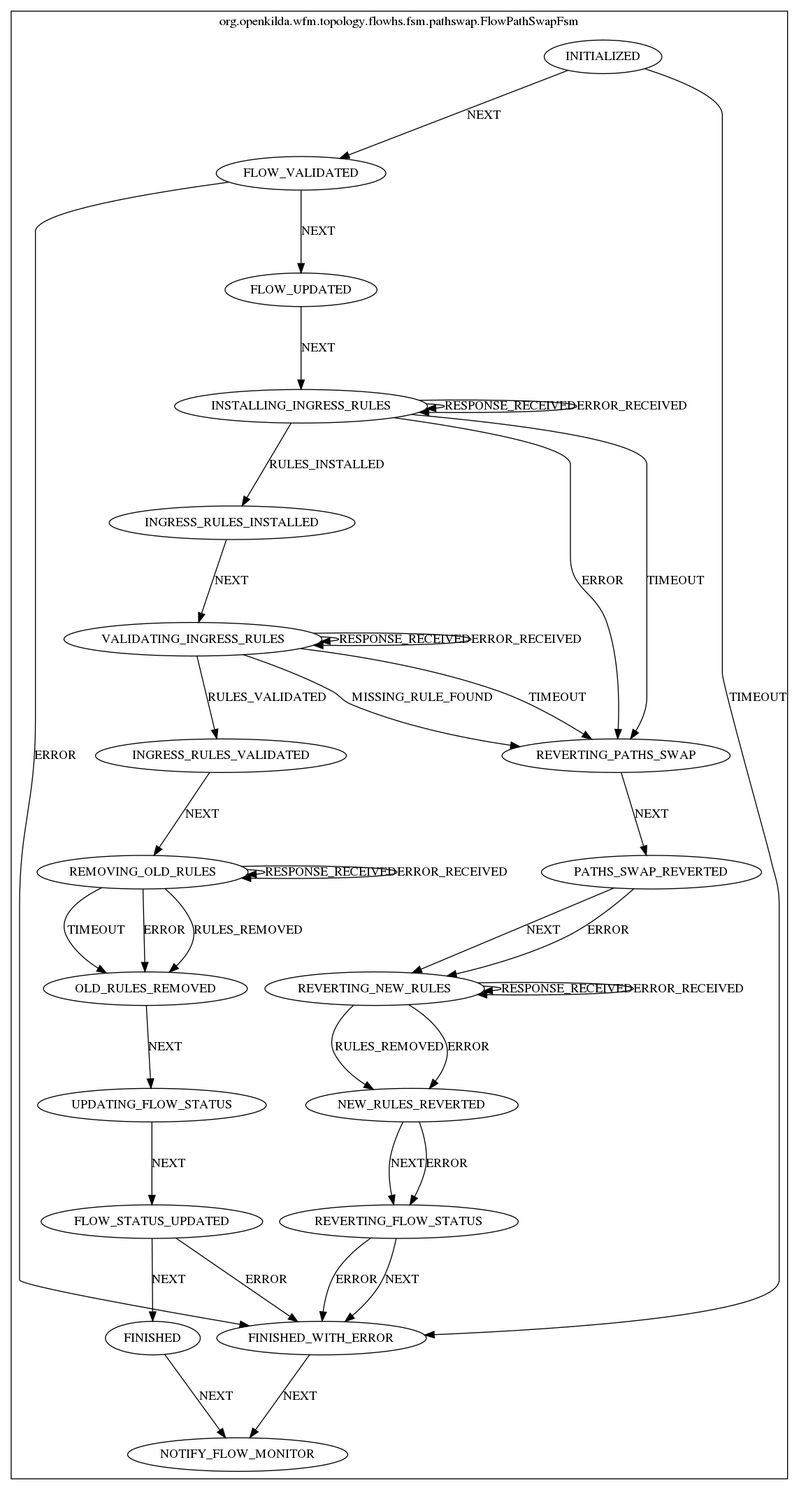
The Graphviz diagram docs/design/hub-and-spoke/crud/pathswap/FlowPathSwap.png in telstra/open-kilda, before a commit. Its source is kept beside it as docs/design/hub-and-spoke/crud/pathswap/FlowPathSwap.dot.
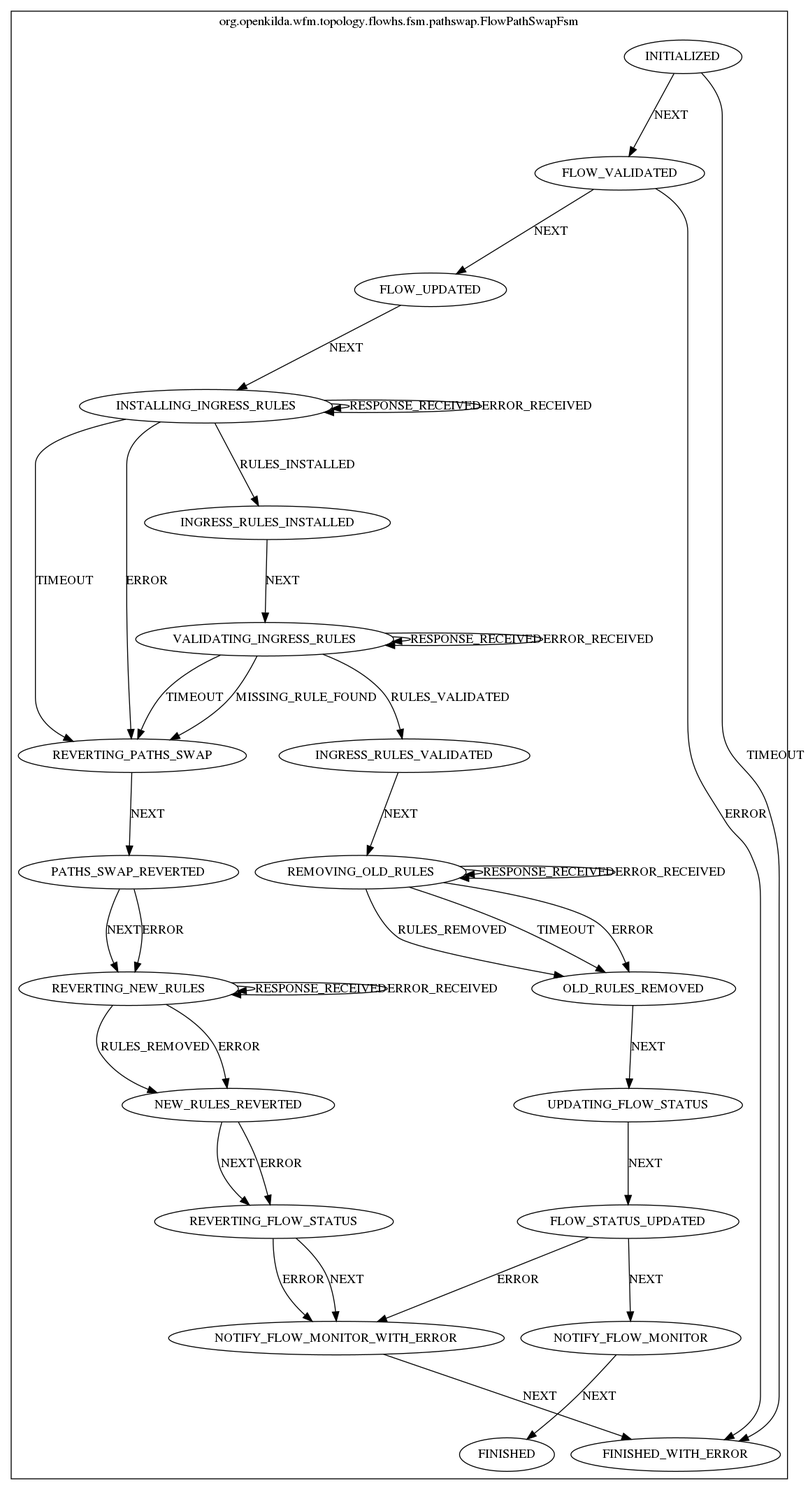
The same file after the commit.

Diff of the diagram source:
```diff
@@ -13,6 +13,7 @@
 REMOVING_OLD_RULES [label="REMOVING_OLD_RULES"];
 FINISHED [label="FINISHED"];
 NOTIFY_FLOW_MONITOR [label="NOTIFY_FLOW_MONITOR"];
+NOTIFY_FLOW_MONITOR_WITH_ERROR [label="NOTIFY_FLOW_MONITOR_WITH_ERROR"];
 FLOW_UPDATED [label="FLOW_UPDATED"];
 PATHS_SWAP_REVERTED [label="PATHS_SWAP_REVERTED"];
 UPDATING_FLOW_STATUS [label="UPDATING_FLOW_STATUS"];
@@ -30,8 +31,8 @@
 OLD_RULES_REMOVED -> UPDATING_FLOW_STATUS [ label="NEXT"];
 INITIALIZED -> FLOW_VALIDATED [ label="NEXT"];
 INITIALIZED -> FINISHED_WITH_ERROR [ label="TIMEOUT"];
-REVERTING_FLOW_STATUS -> FINISHED_WITH_ERROR [ label="ERROR"];
-REVERTING_FLOW_STATUS -> FINISHED_WITH_ERROR [ label="NEXT"];
+REVERTING_FLOW_STATUS -> NOTIFY_FLOW_MONITOR_WITH_ERROR [ label="ERROR"];
+REVERTING_FLOW_STATUS -> NOTIFY_FLOW_MONITOR_WITH_ERROR [ label="NEXT"];
 INGRESS_RULES_INSTALLED -> VALIDATING_INGRESS_RULES [ label="NEXT"];
 REVERTING_PATHS_SWAP -> PATHS_SWAP_REVERTED [ label="NEXT"];
 NEW_RULES_REVERTED -> REVERTING_FLOW_STATUS [ label="NEXT"];
@@ -45,9 +46,9 @@
 PATHS_SWAP_REVERTED -> REVERTING_NEW_RULES [ label="NEXT"];
 PATHS_SWAP_REVERTED -> REVERTING_NEW_RULES [ label="ERROR"];
 UPDATING_FLOW_STATUS -> FLOW_STATUS_UPDATED [ label="NEXT"];
-FLOW_STATUS_UPDATED -> FINISHED [ label="NEXT"];
-FINISHED -> NOTIFY_FLOW_MONITOR [ label="NEXT"];
-FLOW_STATUS_UPDATED -> FINISHED_WITH_ERROR [ label="ERROR"];
+FLOW_STATUS_UPDATED -> NOTIFY_FLOW_MONITOR [ label="NEXT"];
+NOTIFY_FLOW_MONITOR -> FINISHED [ label="NEXT"];
+FLOW_STATUS_UPDATED -> NOTIFY_FLOW_MONITOR_WITH_ERROR [ label="ERROR"];
 REVERTING_NEW_RULES -> REVERTING_NEW_RULES [ label="RESPONSE_RECEIVED"];
 REVERTING_NEW_RULES -> REVERTING_NEW_RULES [ label="ERROR_RECEIVED"];
 REVERTING_NEW_RULES -> NEW_RULES_REVERTED [ label="RULES_REMOVED"];
@@ -60,5 +61,5 @@
 INGRESS_RULES_VALIDATED -> REMOVING_OLD_RULES [ label="NEXT"];
 FLOW_VALIDATED -> FINISHED_WITH_ERROR [ label="ERROR"];
 FLOW_VALIDATED -> FLOW_UPDATED [ label="NEXT"];
-FINISHED_WITH_ERROR -> NOTIFY_FLOW_MONITOR [ label="NEXT"];
+NOTIFY_FLOW_MONITOR_WITH_ERROR -> FINISHED_WITH_ERROR [ label="NEXT"];
 }}
```
